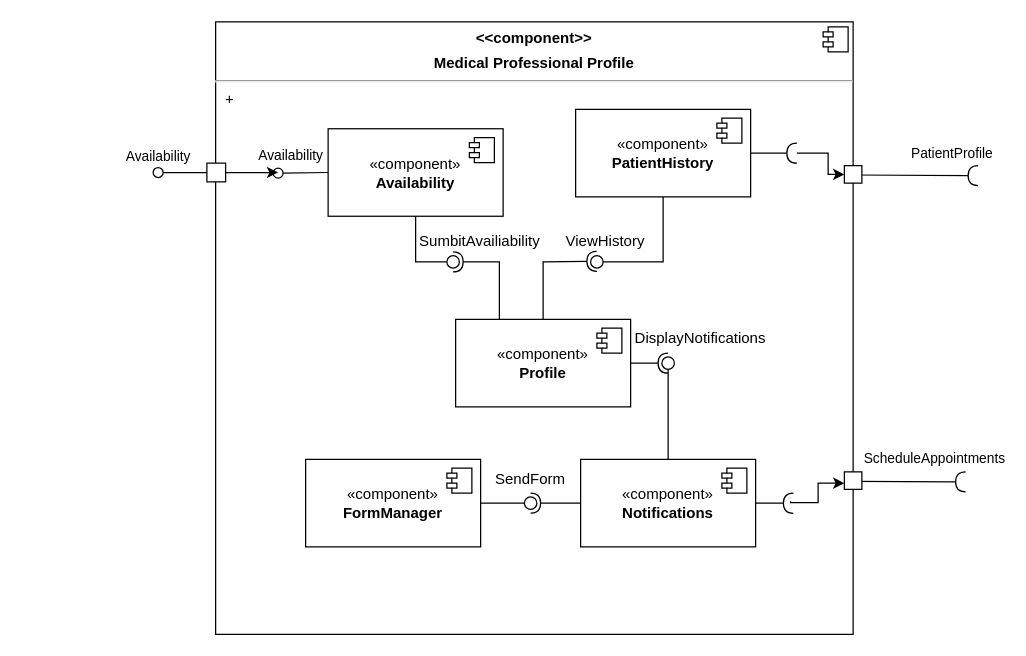
uvic-teach/project-m1-team10 keeps this draw.io diagram as Milestone-2/Med-Prof-Component-Diagram.drawio. Above is the earlier version. Source tidied: cells renumbered, new cells numbered last; positions are measured from the earlier drawing's top-left corner, leaving out a move shared by most shapes. Both pictures are drawn from the tidied source at 125%, with x=0, y=0 at pixel (21, 21).
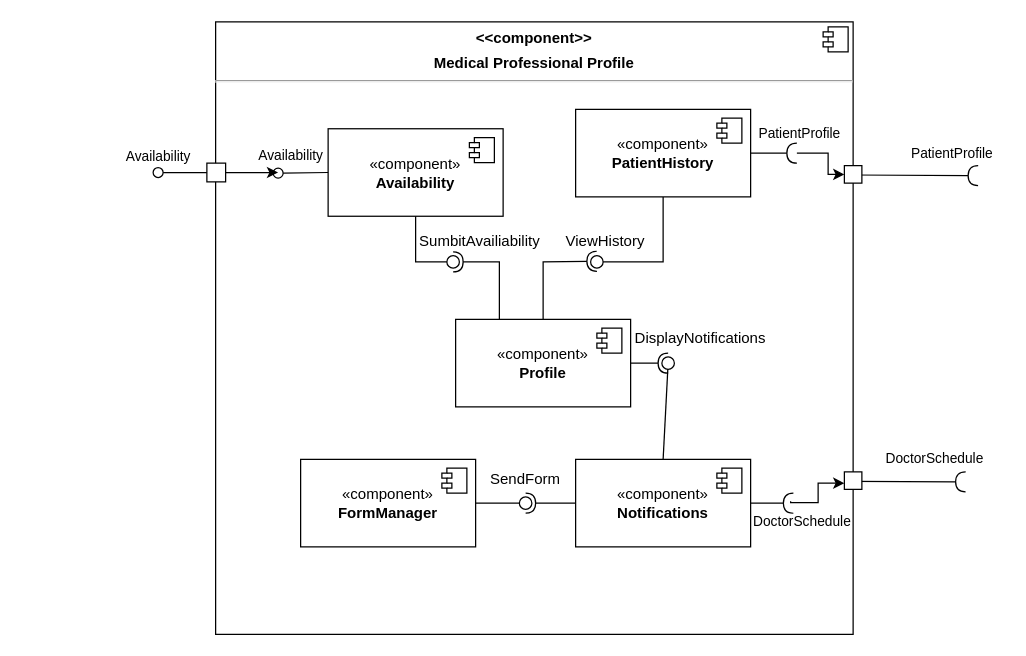
The same diagram, later.

Unchanged cells that the change refers to:
```xml
<mxCell id="24" style="rounded=0;jettySize=auto;html=1;endArrow=halfCircle;endFill=0;endSize=6;strokeWidth=1;sketch=0;fontSize=12;curved=1;exitX=1;exitY=0.75;exitDx=0;exitDy=0;" parent="1" edge="1" source="2">
  <mxGeometry relative="1" as="geometry">
    <mxPoint x="755" y="368" as="targetPoint" />
  </mxGeometry>
</mxCell>
```

Diff of the diagram source:
```diff
@@
-    <mxCell id="2" value="&lt;p style=&quot;margin:0px;margin-top:6px;text-align:center;&quot;&gt;&lt;b&gt;&amp;lt;&amp;lt;component&amp;gt;&amp;gt;&lt;/b&gt;&lt;/p&gt;&lt;p style=&quot;margin:0px;margin-top:6px;text-align:center;&quot;&gt;&lt;b&gt;Medical Professional Profile&lt;/b&gt;&lt;/p&gt;&lt;hr&gt;&lt;p style=&quot;margin:0px;margin-left:8px;&quot;&gt;+&lt;br&gt;&lt;/p&gt;" style="align=left;overflow=fill;html=1;whiteSpace=wrap;" parent="1" vertex="1">
+    <mxCell id="2" value="&lt;p style=&quot;margin:0px;margin-top:6px;text-align:center;&quot;&gt;&lt;b&gt;&amp;lt;&amp;lt;component&amp;gt;&amp;gt;&lt;/b&gt;&lt;/p&gt;&lt;p style=&quot;margin:0px;margin-top:6px;text-align:center;&quot;&gt;&lt;b&gt;Medical Professional Profile&lt;/b&gt;&lt;/p&gt;&lt;hr&gt;&lt;p style=&quot;margin:0px;margin-left:8px;&quot;&gt;&lt;br&gt;&lt;/p&gt;" style="align=left;overflow=fill;html=1;whiteSpace=wrap;" parent="1" vertex="1">
       <mxGeometry x="155" width="510" height="490" as="geometry" />
     </mxCell>
@@
     <mxCell id="16" value="«component»&lt;br&gt;&lt;b&gt;Notifications&lt;/b&gt;" style="html=1;whiteSpace=wrap;" parent="1" vertex="1">
-      <mxGeometry x="447" y="350" width="140" height="70" as="geometry" />
+      <mxGeometry x="443" y="350" width="140" height="70" as="geometry" />
     </mxCell>
@@
     <mxCell id="18" value="«component»&lt;br&gt;&lt;b&gt;FormManager&lt;/b&gt;" style="html=1;whiteSpace=wrap;" parent="1" vertex="1">
-      <mxGeometry x="227" y="350" width="140" height="70" as="geometry" />
+      <mxGeometry x="223" y="350" width="140" height="70" as="geometry" />
     </mxCell>
@@
     <mxCell id="23" style="rounded=0;jettySize=auto;html=1;endArrow=halfCircle;endFill=0;endSize=6;strokeWidth=1;sketch=0;exitX=0;exitY=0.5;exitDx=0;exitDy=0;" parent="1" edge="1" source="16">
       <mxGeometry relative="1" as="geometry">
-        <mxPoint x="407" y="385" as="targetPoint" />
+        <mxPoint x="403" y="385" as="targetPoint" />
       </mxGeometry>
     </mxCell>
@@
-    <mxCell id="25" value="ScheduleAppointments" style="edgeLabel;html=1;align=center;verticalAlign=middle;" parent="24" vertex="1">
+    <mxCell id="25" value="DoctorSchedule" style="edgeLabel;html=1;align=center;verticalAlign=middle;" parent="24" vertex="1">
       <mxGeometry x="0.45" y="-1" relative="1" as="geometry">
         <mxPoint y="-20" as="offset" />
       </mxGeometry>
     </mxCell>
@@
     <mxCell id="30" style="rounded=0;jettySize=auto;html=1;endArrow=oval;endFill=0;sketch=0;sourcePerimeterSpacing=0;targetPerimeterSpacing=0;endSize=10;exitX=1;exitY=0.5;exitDx=0;exitDy=0;" parent="1" edge="1" source="18">
       <mxGeometry relative="1" as="geometry">
-        <mxPoint x="407" y="385" as="targetPoint" />
+        <mxPoint x="403" y="385" as="targetPoint" />
       </mxGeometry>
     </mxCell>
@@
     <mxCell id="39" value="SendForm" style="text;strokeColor=none;align=center;fillColor=none;html=1;verticalAlign=middle;whiteSpace=wrap;rounded=0;" parent="1" vertex="1">
-      <mxGeometry x="377" y="356" width="60" height="19" as="geometry" />
+      <mxGeometry x="373" y="356" width="60" height="19" as="geometry" />
     </mxCell>
@@
+    <mxCell id="52" value="PatientProfile" style="edgeLabel;html=1;align=center;verticalAlign=middle;" parent="1" vertex="1">
+      <mxGeometry x="621" y="88.5" as="geometry" />
+    </mxCell>
+    <mxCell id="53" value="DoctorSchedule" style="edgeLabel;html=1;align=center;verticalAlign=middle;" parent="1" vertex="1">
+      <mxGeometry x="623" y="399" as="geometry" />
+    </mxCell>
```
